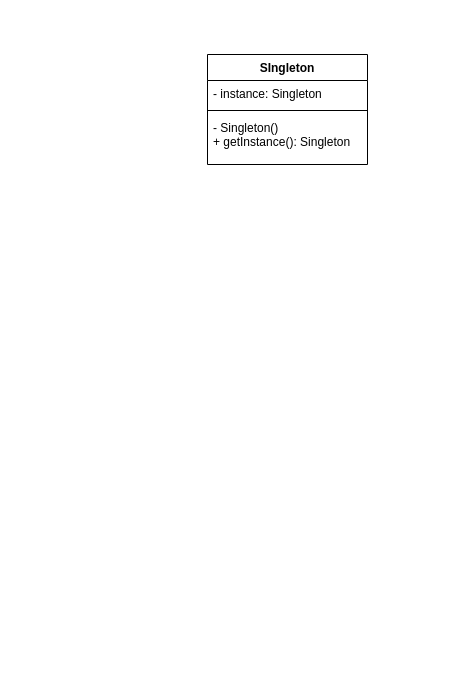
Earlier version of the draw.io diagram page "Singleton" (5 of 5) of patrones_creacionales/Diagrama sin título.drawio (estebansalas18/Patrones-GoF). Source tidied: cells renumbered, new cells numbered last; positions are measured from the earlier drawing's top-left corner, leaving out a move shared by most shapes. Both pictures are drawn from the tidied source at 100%, with x=0, y=0 at pixel (207, 54).
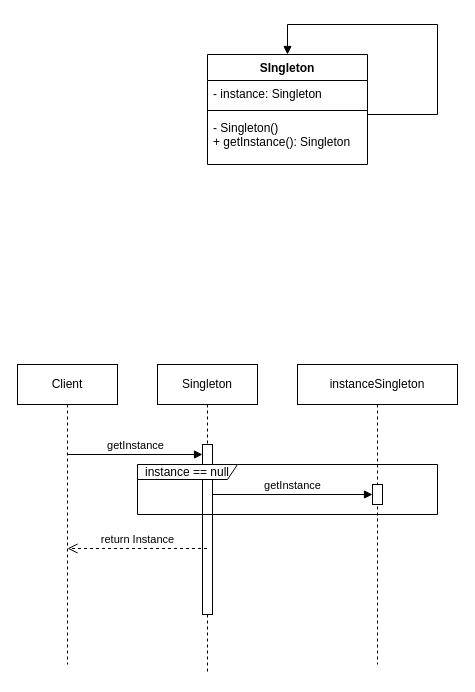
Above is the later version.

The change refers to these unchanged cells:
```xml
<mxCell id="2" value="SIngleton" style="swimlane;fontStyle=1;align=center;verticalAlign=top;horizontal=1;startSize=26;" parent="1" vertex="1">
  <mxGeometry width="160" height="110" as="geometry" />
</mxCell>
```

The edit, as a diff of the source:
```diff
@@
+    <mxCell id="6" style="html=1;verticalAlign=bottom;endArrow=block;rounded=0;entryX=0.5;entryY=0;entryDx=0;entryDy=0;" parent="1" edge="1" target="2">
+      <mxGeometry x="0.06" y="-140" relative="1" as="geometry">
+        <mxPoint x="160" y="60" as="sourcePoint" />
+        <Array as="points">
+          <mxPoint x="230" y="60" />
+          <mxPoint x="230" y="-30" />
+          <mxPoint x="80" y="-30" />
+        </Array>
+      </mxGeometry>
+    </mxCell>
+    <mxCell id="7" value="Client" style="shape=umlLifeline;perimeter=lifelinePerimeter;whiteSpace=wrap;html=1;" parent="1" vertex="1">
+      <mxGeometry x="-190" y="310" width="100" height="300" as="geometry" />
+    </mxCell>
+    <mxCell id="8" value="getInstance" style="html=1;verticalAlign=bottom;endArrow=block;rounded=0;" parent="7" edge="1" target="11">
+      <mxGeometry relative="1" as="geometry">
+        <mxPoint x="50" y="90" as="sourcePoint" />
+      </mxGeometry>
+    </mxCell>
+    <mxCell id="9" value="instanceSingleton" style="shape=umlLifeline;perimeter=lifelinePerimeter;whiteSpace=wrap;html=1;" parent="1" vertex="1">
+      <mxGeometry x="90" y="310" width="160" height="300" as="geometry" />
+    </mxCell>
+    <mxCell id="10" value="Singleton" style="shape=umlLifeline;perimeter=lifelinePerimeter;whiteSpace=wrap;html=1;outlineConnect=0;" parent="1" vertex="1">
+      <mxGeometry x="-50" y="310" width="100" height="310" as="geometry" />
+    </mxCell>
+    <mxCell id="11" style="html=1;points=[];perimeter=orthogonalPerimeter;" parent="10" vertex="1">
+      <mxGeometry x="45" y="80" width="10" height="170" as="geometry" />
+    </mxCell>
+    <mxCell id="12" value="instance == null" style="shape=umlFrame;whiteSpace=wrap;html=1;width=100;height=15;" parent="10" vertex="1">
+      <mxGeometry x="-20" y="100" width="300" height="50" as="geometry" />
+    </mxCell>
+    <mxCell id="13" value="getInstance" style="html=1;verticalAlign=bottom;endArrow=block;rounded=0;" parent="10" edge="1" target="14">
+      <mxGeometry relative="1" as="geometry">
+        <mxPoint x="55" y="130" as="sourcePoint" />
+      </mxGeometry>
+    </mxCell>
+    <mxCell id="14" style="html=1;points=[];perimeter=orthogonalPerimeter;" parent="10" vertex="1">
+      <mxGeometry x="215" y="120" width="10" height="20" as="geometry" />
+    </mxCell>
+    <mxCell id="15" value="return Instance" style="html=1;verticalAlign=bottom;endArrow=open;dashed=1;endSize=8;rounded=0;" parent="1" edge="1" source="10">
+      <mxGeometry relative="1" as="geometry">
+        <mxPoint x="-140" y="494" as="targetPoint" />
+      </mxGeometry>
+    </mxCell>
```
